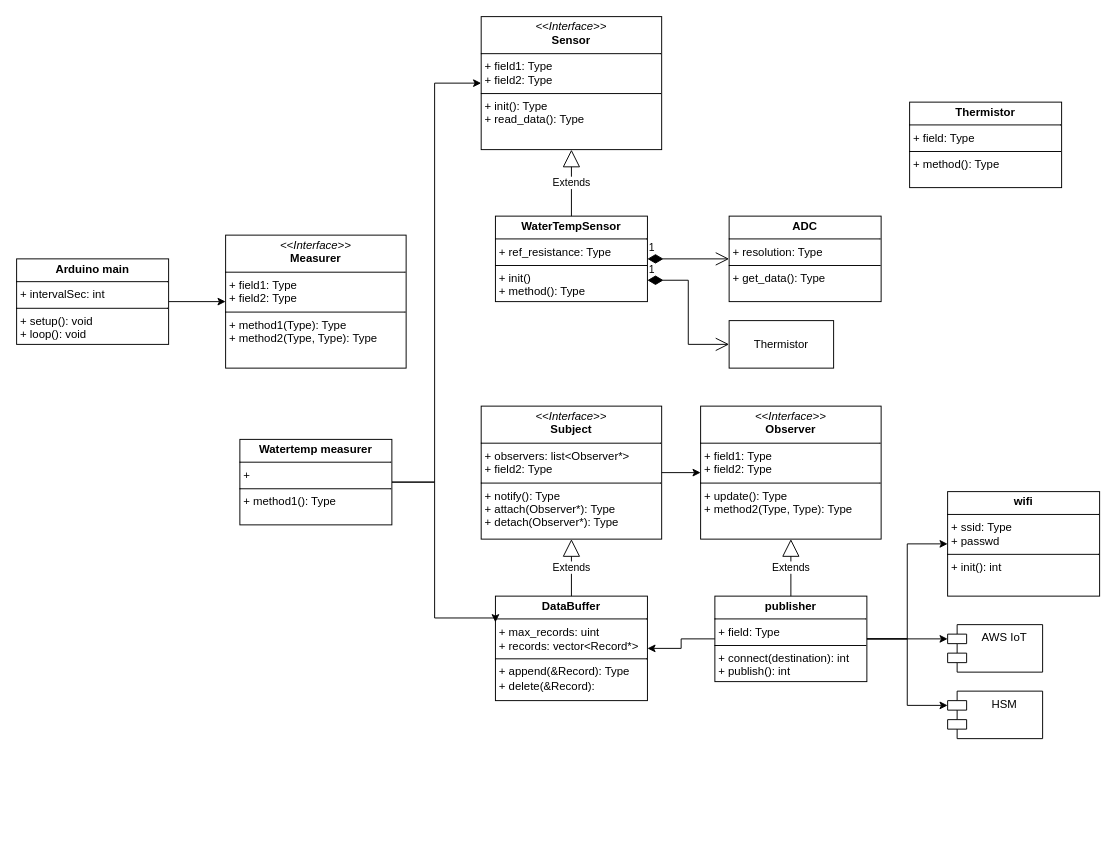
This is WaterTempMonitor_class.drawio from gok-x/WaterTempSensor_Arduino, a draw.io file, before an edit. Source tidied: cells renumbered, new cells numbered last; positions are measured from the earlier drawing's top-left corner, leaving out a move shared by most shapes. Both pictures are drawn from the tidied source at 95%, with x=0, y=0 at pixel (16, 16).
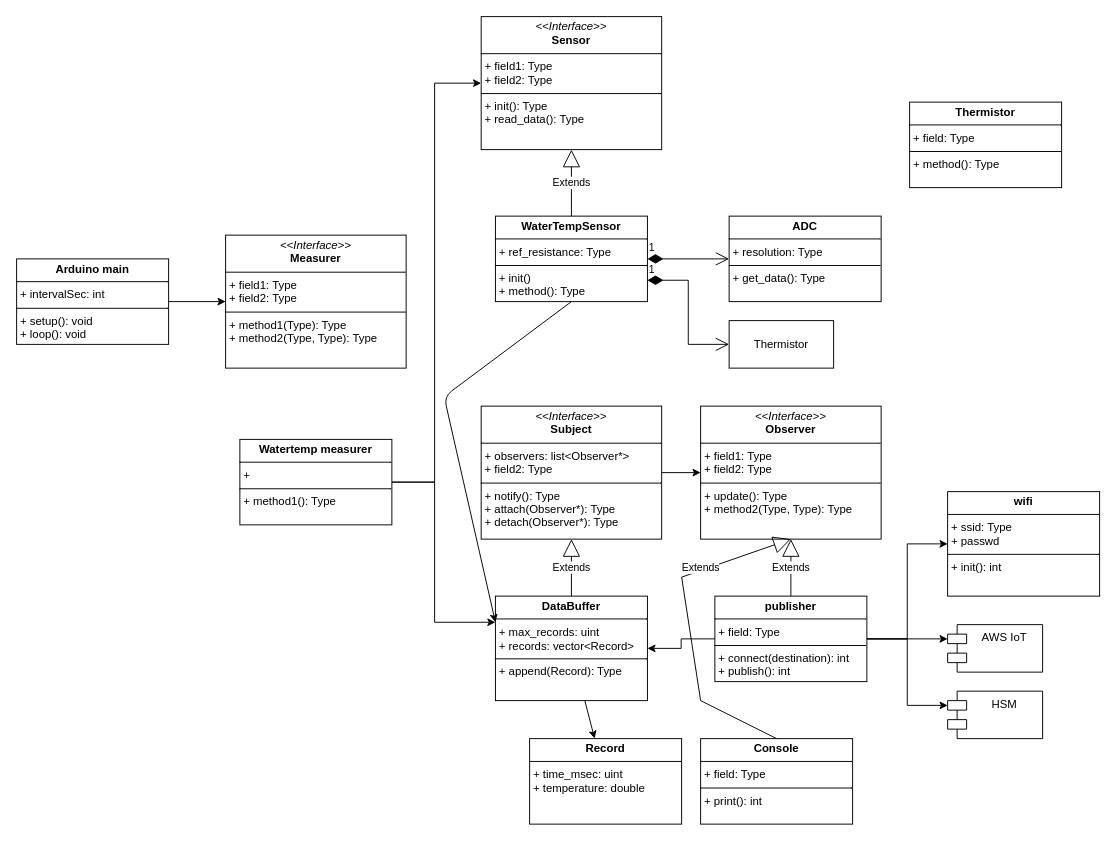
The same page after the edit.

Unchanged cells that the change refers to:
```xml
<mxCell id="5" value="&lt;p style=&quot;margin:0px;margin-top:4px;text-align:center;&quot;&gt;&lt;i&gt;&amp;lt;&amp;lt;Interface&amp;gt;&amp;gt;&lt;/i&gt;&lt;br&gt;&lt;b&gt;Observer&lt;/b&gt;&lt;/p&gt;&lt;hr size=&quot;1&quot; style=&quot;border-style:solid;&quot;&gt;&lt;p style=&quot;margin:0px;margin-left:4px;&quot;&gt;+ field1: Type&lt;br&gt;+ field2: Type&lt;/p&gt;&lt;hr size=&quot;1&quot; style=&quot;border-style:solid;&quot;&gt;&lt;p style=&quot;margin:0px;margin-left:4px;&quot;&gt;+ update(): Type&lt;br&gt;+ method2(Type, Type): Type&lt;/p&gt;" style="verticalAlign=top;align=left;overflow=fill;html=1;whiteSpace=wrap;" parent="1" vertex="1">
  <mxGeometry x="720" y="410" width="190" height="140" as="geometry" />
</mxCell>
<mxCell id="7" value="&lt;p style=&quot;margin:0px;margin-top:4px;text-align:center;&quot;&gt;&lt;b&gt;WaterTempSensor&lt;/b&gt;&lt;/p&gt;&lt;hr size=&quot;1&quot; style=&quot;border-style:solid;&quot;&gt;&lt;p style=&quot;margin:0px;margin-left:4px;&quot;&gt;+ ref_resistance: Type&lt;/p&gt;&lt;hr size=&quot;1&quot; style=&quot;border-style:solid;&quot;&gt;&lt;p style=&quot;margin:0px;margin-left:4px;&quot;&gt;+ init()&lt;/p&gt;&lt;p style=&quot;margin:0px;margin-left:4px;&quot;&gt;+ method(): Type&lt;/p&gt;" style="verticalAlign=top;align=left;overflow=fill;html=1;whiteSpace=wrap;" parent="1" vertex="1">
  <mxGeometry x="504" y="210" width="160" height="90" as="geometry" />
</mxCell>
<mxCell id="26" value="&lt;p style=&quot;margin:0px;margin-top:4px;text-align:center;&quot;&gt;&lt;b&gt;Watertemp measurer&lt;/b&gt;&lt;/p&gt;&lt;hr size=&quot;1&quot; style=&quot;border-style:solid;&quot;&gt;&lt;p style=&quot;margin:0px;margin-left:4px;&quot;&gt;+&lt;/p&gt;&lt;hr size=&quot;1&quot; style=&quot;border-style:solid;&quot;&gt;&lt;p style=&quot;margin:0px;margin-left:4px;&quot;&gt;&lt;span style=&quot;background-color: initial;&quot;&gt;+ method1(): Type&lt;/span&gt;&lt;br&gt;&lt;/p&gt;" style="verticalAlign=top;align=left;overflow=fill;html=1;whiteSpace=wrap;" parent="1" vertex="1">
  <mxGeometry x="235" y="445" width="160" height="90" as="geometry" />
</mxCell>
```

Diff of the diagram source:
```diff
@@
+    <mxCell id="30" style="edgeStyle=none;html=1;" parent="1" edge="1" source="6" target="34">
+      <mxGeometry relative="1" as="geometry" />
+    </mxCell>
-    <mxCell id="6" value="&lt;p style=&quot;margin:0px;margin-top:4px;text-align:center;&quot;&gt;&lt;b&gt;DataBuffer&lt;/b&gt;&lt;/p&gt;&lt;hr size=&quot;1&quot; style=&quot;border-style:solid;&quot;&gt;&lt;p style=&quot;margin:0px;margin-left:4px;&quot;&gt;+ max_records: uint&lt;/p&gt;&lt;p style=&quot;margin:0px;margin-left:4px;&quot;&gt;+ records: vector&amp;lt;Record*&amp;gt;&lt;/p&gt;&lt;hr size=&quot;1&quot; style=&quot;border-style:solid;&quot;&gt;&lt;p style=&quot;margin:0px;margin-left:4px;&quot;&gt;+ append(&amp;amp;Record): Type&lt;/p&gt;&lt;p style=&quot;margin:0px;margin-left:4px;&quot;&gt;+ delete(&amp;amp;Record):&lt;/p&gt;" style="verticalAlign=top;align=left;overflow=fill;html=1;whiteSpace=wrap;" parent="1" vertex="1">
+    <mxCell id="6" value="&lt;p style=&quot;margin:0px;margin-top:4px;text-align:center;&quot;&gt;&lt;b&gt;DataBuffer&lt;/b&gt;&lt;/p&gt;&lt;hr size=&quot;1&quot; style=&quot;border-style:solid;&quot;&gt;&lt;p style=&quot;margin:0px;margin-left:4px;&quot;&gt;+ max_records: uint&lt;/p&gt;&lt;p style=&quot;margin:0px;margin-left:4px;&quot;&gt;+ records: vector&amp;lt;Record&amp;gt;&lt;/p&gt;&lt;hr size=&quot;1&quot; style=&quot;border-style:solid;&quot;&gt;&lt;p style=&quot;margin:0px;margin-left:4px;&quot;&gt;+ append(Record): Type&lt;/p&gt;" style="verticalAlign=top;align=left;overflow=fill;html=1;whiteSpace=wrap;" parent="1" vertex="1">
       <mxGeometry x="504" y="610" width="160" height="110" as="geometry" />
     </mxCell>
+    <mxCell id="31" style="edgeStyle=none;html=1;entryX=0;entryY=0.25;entryDx=0;entryDy=0;exitX=0.5;exitY=1;exitDx=0;exitDy=0;" parent="1" edge="1" source="7" target="6">
+      <mxGeometry relative="1" as="geometry">
+        <Array as="points">
+          <mxPoint x="450" y="400" />
+        </Array>
+      </mxGeometry>
+    </mxCell>
@@
     <mxCell id="15" style="edgeStyle=orthogonalEdgeStyle;rounded=0;jettySize=auto;html=1;entryX=0;entryY=0.25;entryDx=0;entryDy=0;" parent="1" edge="1" source="26" target="6">
       <mxGeometry relative="1" as="geometry">
         <Array as="points">
           <mxPoint x="440" y="490" />
-          <mxPoint x="440" y="633" />
+          <mxPoint x="440" y="638" />
         </Array>
       </mxGeometry>
     </mxCell>
@@
+    <mxCell id="32" value="&lt;p style=&quot;margin:0px;margin-top:4px;text-align:center;&quot;&gt;&lt;b&gt;Console&lt;/b&gt;&lt;/p&gt;&lt;hr size=&quot;1&quot; style=&quot;border-style:solid;&quot;&gt;&lt;p style=&quot;margin:0px;margin-left:4px;&quot;&gt;+ field: Type&lt;/p&gt;&lt;hr size=&quot;1&quot; style=&quot;border-style:solid;&quot;&gt;&lt;p style=&quot;margin:0px;margin-left:4px;&quot;&gt;&lt;span style=&quot;background-color: initial;&quot;&gt;+ print(): int&lt;/span&gt;&lt;br&gt;&lt;/p&gt;" style="verticalAlign=top;align=left;overflow=fill;html=1;whiteSpace=wrap;" parent="1" vertex="1">
+      <mxGeometry x="720" y="760" width="160" height="90" as="geometry" />
+    </mxCell>
+    <mxCell id="33" value="Extends" style="endArrow=block;endSize=16;endFill=0;html=1;rounded=0;exitX=0.5;exitY=0;exitDx=0;exitDy=0;entryX=0.5;entryY=1;entryDx=0;entryDy=0;" parent="1" edge="1" source="32" target="5">
+      <mxGeometry x="0.42" y="3" relative="1" as="geometry">
+        <Array as="points">
+          <mxPoint x="720" y="720" />
+          <mxPoint x="700" y="590" />
+        </Array>
+      </mxGeometry>
+    </mxCell>
+    <mxCell id="34" value="&lt;p style=&quot;margin:0px;margin-top:4px;text-align:center;&quot;&gt;&lt;b&gt;Record&lt;/b&gt;&lt;/p&gt;&lt;hr size=&quot;1&quot; style=&quot;border-style:solid;&quot;&gt;&lt;p style=&quot;margin:0px;margin-left:4px;&quot;&gt;+ time_msec: uint&lt;/p&gt;&lt;p style=&quot;margin:0px;margin-left:4px;&quot;&gt;+ temperature: double&lt;/p&gt;" style="verticalAlign=top;align=left;overflow=fill;html=1;whiteSpace=wrap;" parent="1" vertex="1">
+      <mxGeometry x="540" y="760" width="160" height="90" as="geometry" />
+    </mxCell>
```
